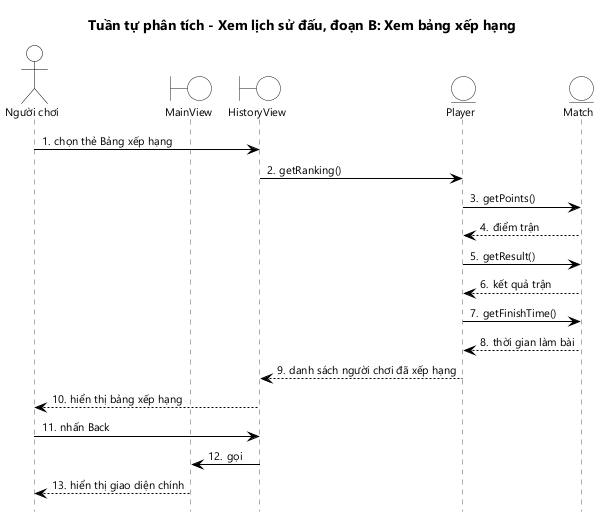
Earlier version of the PlantUML export docs/hung/tuan-tu-phan-tich-uc04b.png (HungNguyenBa1811/math-dash). Source of this version:
```plantuml
@startuml tuan-tu-phan-tich-uc04b
!include _seq.iuml
title Tuần tự phân tích - Xem lịch sử đấu, đoạn B: Xem bảng xếp hạng

actor "Người chơi" as U
boundary MainView as MV
boundary HistoryView as HV
entity Player as P
entity Match as M

U -> HV : chọn thẻ Bảng xếp hạng
HV -> P : getRanking()
P -> M : getPoints()
M --> P : điểm trận
P -> M : getResult()
M --> P : kết quả trận
P -> M : getFinishTime()
M --> P : thời gian làm bài
P --> HV : danh sách người chơi đã xếp hạng
HV --> U : hiển thị bảng xếp hạng
U -> HV : nhấn Back
HV -> MV : gọi
MV --> U : hiển thị giao diện chính
@enduml
```
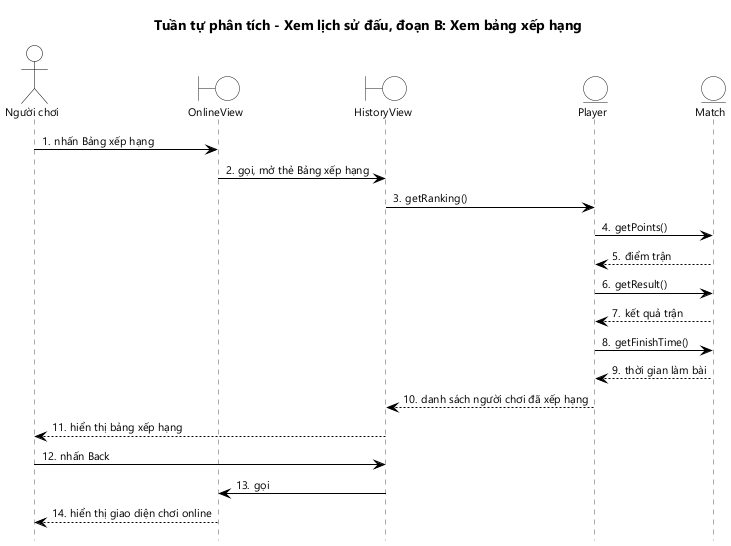
The same file after the commit.

The edit, as a diff of the source:
```diff
@@ -3,12 +3,13 @@
 title Tuần tự phân tích - Xem lịch sử đấu, đoạn B: Xem bảng xếp hạng
 
 actor "Người chơi" as U
-boundary MainView as MV
+boundary OnlineView as OV
 boundary HistoryView as HV
 entity Player as P
 entity Match as M
 
-U -> HV : chọn thẻ Bảng xếp hạng
+U -> OV : nhấn Bảng xếp hạng
+OV -> HV : gọi, mở thẻ Bảng xếp hạng
 HV -> P : getRanking()
 P -> M : getPoints()
 M --> P : điểm trận
@@ -19,6 +20,6 @@
 P --> HV : danh sách người chơi đã xếp hạng
 HV --> U : hiển thị bảng xếp hạng
 U -> HV : nhấn Back
-HV -> MV : gọi
-MV --> U : hiển thị giao diện chính
+HV -> OV : gọi
+OV --> U : hiển thị giao diện chơi online
 @enduml
```
